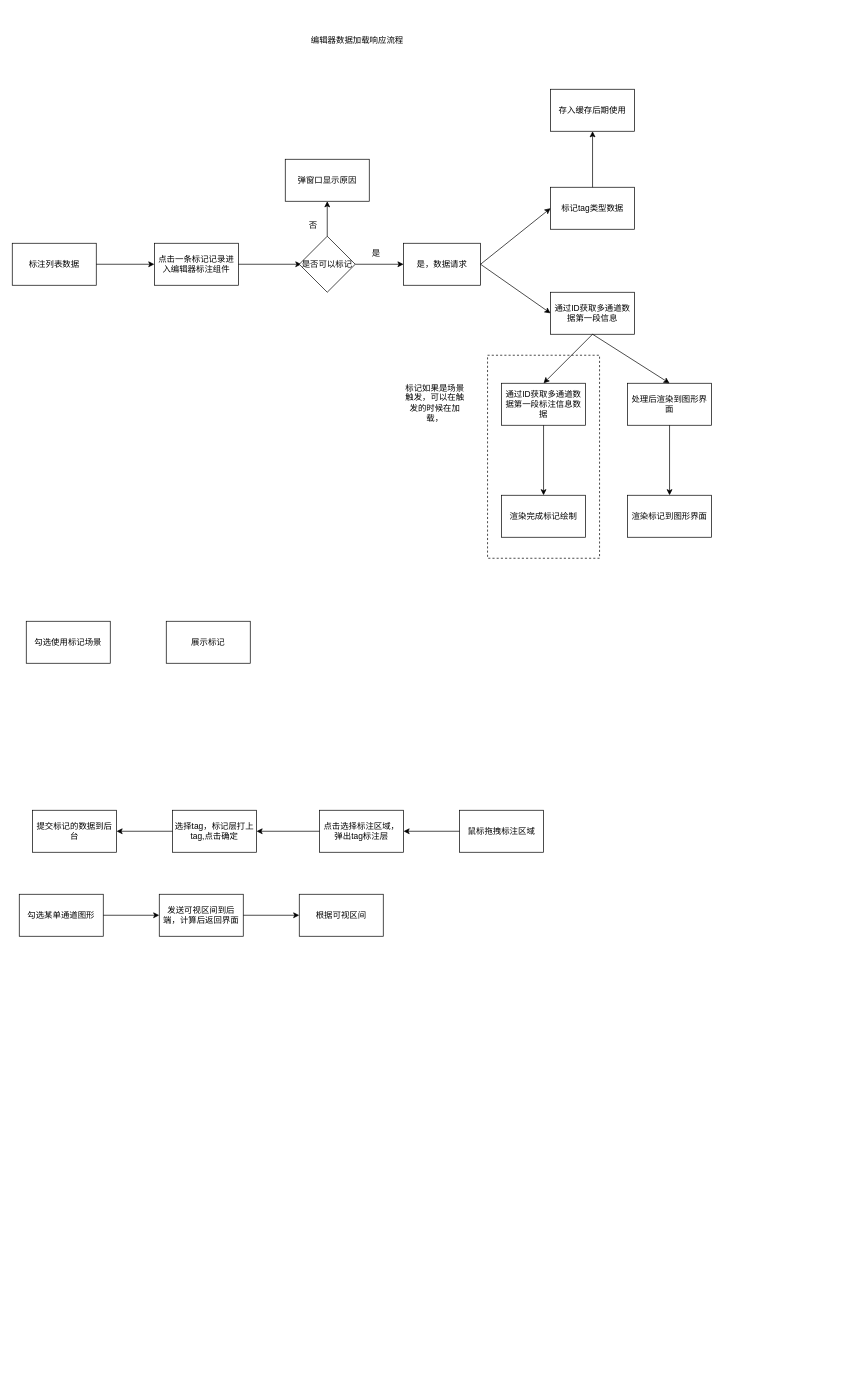
Above: 标注编辑器数据流转.drawio in chenweihan/UML (draw.io), before the change. Source tidied: cells renumbered, new cells numbered last; positions are measured from the earlier drawing's top-left corner, leaving out a move shared by most shapes. Both pictures are drawn from the tidied source at 70%, with x=0, y=0 at pixel (12, 33).
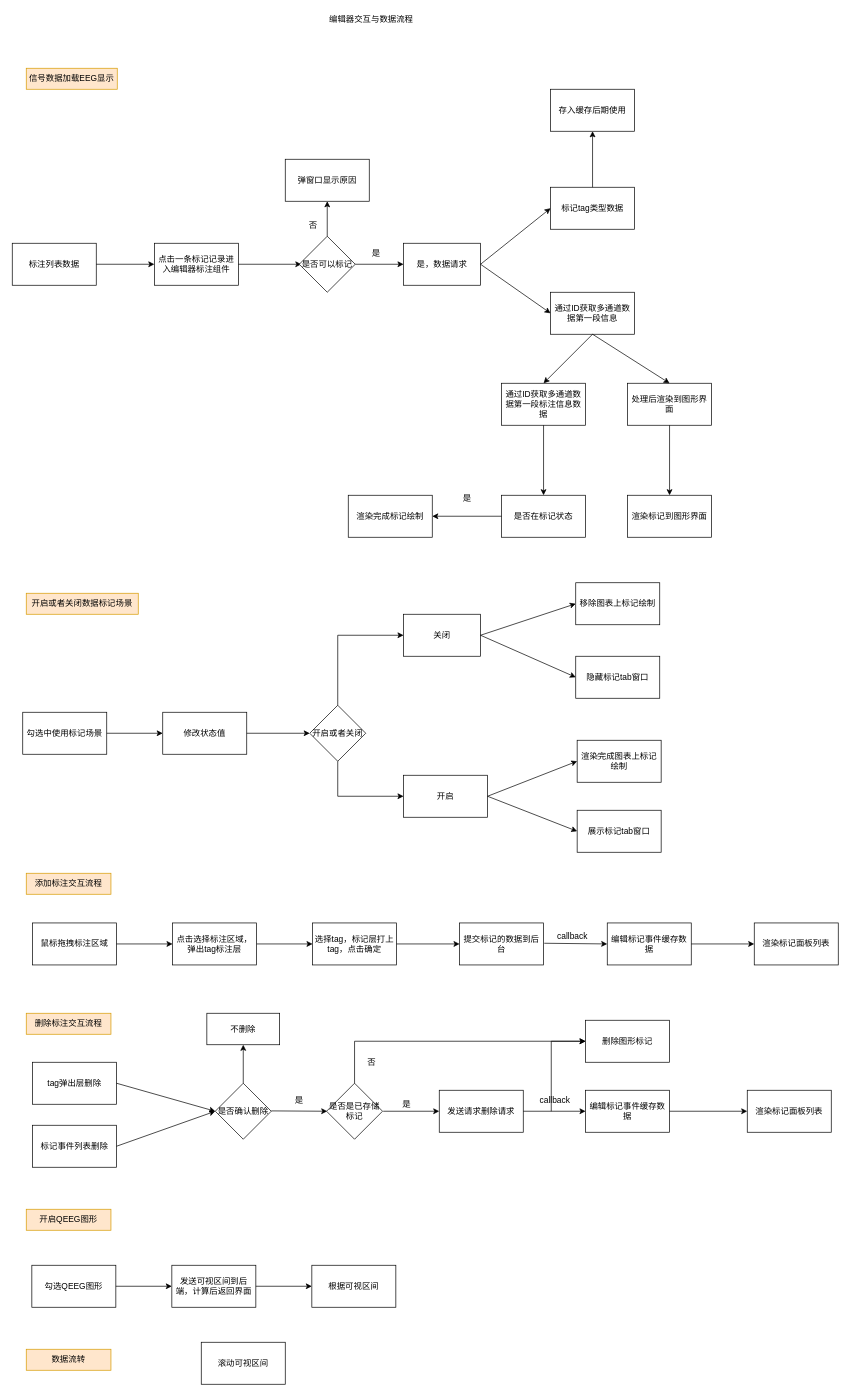
The same page after the edit.

Commit message (it also covers changes not shown here):
更新标注编辑器数据流转.drawio

Unchanged cells that the change refers to:
```xml
<mxCell id="18" value="通过ID获取多通道数据第一段标注信息数据" style="rounded=0;whiteSpace=wrap;html=1;" parent="1" vertex="1">
  <mxGeometry x="699" y="500" width="120" height="60" as="geometry" />
</mxCell>
```

Diff of the diagram source:
```diff
@@
-    <mxCell id="2" style="rounded=0;whiteSpace=wrap;html=1;dashed=1;" parent="1" vertex="1">
-      <mxGeometry x="679" y="460" width="160" height="290" as="geometry" />
-    </mxCell>
@@
-    <mxCell id="8" value="勾选某单通道图形" style="rounded=0;whiteSpace=wrap;html=1;" parent="1" vertex="1">
-      <mxGeometry x="10" y="1230" width="120" height="60" as="geometry" />
+    <mxCell id="8" value="勾选QEEG图形" style="rounded=0;whiteSpace=wrap;html=1;" parent="1" vertex="1">
+      <mxGeometry x="28" y="1760" width="120" height="60" as="geometry" />
     </mxCell>
     <mxCell id="9" style="endArrow=classic;html=1;rounded=0;exitX=1;exitY=0.5;exitDx=0;exitDy=0;" parent="1" edge="1" source="8">
       <mxGeometry relative="1" as="geometry">
-        <mxPoint x="210" y="1260" as="targetPoint" />
+        <mxPoint x="228" y="1790" as="targetPoint" />
       </mxGeometry>
     </mxCell>
     <mxCell id="10" value="发送可视区间到后端，计算后返回界面" style="rounded=0;whiteSpace=wrap;html=1;" parent="1" vertex="1">
-      <mxGeometry x="210" y="1230" width="120" height="60" as="geometry" />
+      <mxGeometry x="228" y="1760" width="120" height="60" as="geometry" />
     </mxCell>
     <mxCell id="11" style="endArrow=classic;html=1;rounded=0;exitX=1;exitY=0.5;exitDx=0;exitDy=0;" parent="1" edge="1" source="10">
       <mxGeometry relative="1" as="geometry">
-        <mxPoint x="410" y="1260" as="targetPoint" />
+        <mxPoint x="428" y="1790" as="targetPoint" />
       </mxGeometry>
     </mxCell>
     <mxCell id="12" value="根据可视区间" style="rounded=0;whiteSpace=wrap;html=1;" parent="1" vertex="1">
-      <mxGeometry x="410" y="1230" width="120" height="60" as="geometry" />
+      <mxGeometry x="428" y="1760" width="120" height="60" as="geometry" />
     </mxCell>
     <mxCell id="13" value="鼠标拖拽标注区域" style="rounded=0;whiteSpace=wrap;html=1;" parent="1" vertex="1">
-      <mxGeometry x="639" y="1110" width="120" height="60" as="geometry" />
+      <mxGeometry x="29" y="1271" width="120" height="60" as="geometry" />
     </mxCell>
-    <mxCell id="14" value="编辑器数据加载响应流程" style="text;html=1;strokeColor=none;fillColor=none;align=center;verticalAlign=middle;whiteSpace=wrap;rounded=0;" parent="1" vertex="1">
-      <mxGeometry x="420" width="146" height="20" as="geometry" />
+    <mxCell id="14" value="编辑器交互与数据流程" style="text;html=1;strokeColor=none;fillColor=none;align=center;verticalAlign=middle;whiteSpace=wrap;rounded=0;" parent="1" vertex="1">
+      <mxGeometry x="440" y="-30" width="146" height="20" as="geometry" />
     </mxCell>
+    <mxCell id="22" style="edgeStyle=orthogonalEdgeStyle;rounded=0;jettySize=auto;html=1;" parent="1" edge="1" source="15" target="21">
+      <mxGeometry relative="1" as="geometry" />
+    </mxCell>
     <mxCell id="15" value="点击选择标注区域，弹出tag标注层" style="rounded=0;whiteSpace=wrap;html=1;" parent="1" vertex="1">
-      <mxGeometry x="439" y="1110" width="120" height="60" as="geometry" />
+      <mxGeometry x="229" y="1271" width="120" height="60" as="geometry" />
     </mxCell>
-    <mxCell id="16" style="endArrow=classic;html=1;rounded=0;exitX=0;exitY=0.5;exitDx=0;exitDy=0;entryX=1;entryY=0.5;entryDx=0;entryDy=0;" parent="1" edge="1" source="13" target="15">
-      <mxGeometry relative="1" as="geometry" />
-    </mxCell>
@@
-    <mxCell id="21" value="选择tag，标记层打上tag,点击确定" style="rounded=0;whiteSpace=wrap;html=1;" parent="1" vertex="1">
-      <mxGeometry x="229" y="1110" width="120" height="60" as="geometry" />
+    <mxCell id="21" value="选择tag，标记层打上tag，点击确定" style="rounded=0;whiteSpace=wrap;html=1;" parent="1" vertex="1">
+      <mxGeometry x="429" y="1271" width="120" height="60" as="geometry" />
     </mxCell>
-    <mxCell id="22" style="endArrow=classic;html=1;rounded=0;exitX=0;exitY=0.5;exitDx=0;exitDy=0;entryX=1;entryY=0.5;entryDx=0;entryDy=0;" parent="1" edge="1" source="15" target="21">
-      <mxGeometry relative="1" as="geometry" />
-    </mxCell>
     <mxCell id="23" value="提交标记的数据到后台" style="rounded=0;whiteSpace=wrap;html=1;" parent="1" vertex="1">
-      <mxGeometry x="29" y="1110" width="120" height="60" as="geometry" />
+      <mxGeometry x="639" y="1271" width="120" height="60" as="geometry" />
     </mxCell>
-    <mxCell id="24" style="endArrow=classic;html=1;rounded=0;exitX=0;exitY=0.5;exitDx=0;exitDy=0;entryX=1;entryY=0.5;entryDx=0;entryDy=0;" parent="1" edge="1" source="21" target="23">
-      <mxGeometry relative="1" as="geometry" />
-    </mxCell>
@@
     <mxCell id="26" value="渲染完成标记绘制" style="rounded=0;whiteSpace=wrap;html=1;" parent="1" vertex="1">
-      <mxGeometry x="699" y="660" width="120" height="60" as="geometry" />
+      <mxGeometry x="480" y="660" width="120" height="60" as="geometry" />
     </mxCell>
@@
-    <mxCell id="34" style="endArrow=classic;html=1;rounded=0;exitX=0.5;exitY=1;exitDx=0;exitDy=0;entryX=0.5;entryY=0;entryDx=0;entryDy=0;" parent="1" edge="1" source="18" target="26">
-      <mxGeometry relative="1" as="geometry" />
-    </mxCell>
-    <mxCell id="35" value="标记如果是场景触发，可以在触发的时候在加载，" style="text;html=1;strokeColor=none;fillColor=none;align=center;verticalAlign=middle;whiteSpace=wrap;rounded=0;dashed=1;" parent="1" vertex="1">
-      <mxGeometry x="559" y="495" width="90" height="65" as="geometry" />
-    </mxCell>
-    <mxCell id="36" value="勾选使用标记场景" style="rounded=0;whiteSpace=wrap;html=1;" parent="1" vertex="1">
-      <mxGeometry x="20" y="840" width="120" height="60" as="geometry" />
+    <mxCell id="36" value="勾选中使用标记场景" style="rounded=0;whiteSpace=wrap;html=1;" parent="1" vertex="1">
+      <mxGeometry x="15" y="970" width="120" height="60" as="geometry" />
     </mxCell>
-    <mxCell id="37" value="展示标记" style="rounded=0;whiteSpace=wrap;html=1;" parent="1" vertex="1">
-      <mxGeometry x="220" y="840" width="120" height="60" as="geometry" />
+    <mxCell id="37" value="展示标记tab窗口" style="rounded=0;whiteSpace=wrap;html=1;" parent="1" vertex="1">
+      <mxGeometry x="807" y="1110" width="120" height="60" as="geometry" />
     </mxCell>
@@
+    <mxCell id="44" value="修改状态值" style="rounded=0;whiteSpace=wrap;html=1;" parent="1" vertex="1">
+      <mxGeometry x="215" y="970" width="120" height="60" as="geometry" />
+    </mxCell>
+    <mxCell id="45" style="endArrow=classic;html=1;rounded=0;exitX=1;exitY=0.5;exitDx=0;exitDy=0;" parent="1" edge="1" source="36" target="44">
+      <mxGeometry relative="1" as="geometry" />
+    </mxCell>
+    <mxCell id="46" value="是否在标记状态" style="rounded=0;whiteSpace=wrap;html=1;" parent="1" vertex="1">
+      <mxGeometry x="699" y="660" width="120" height="60" as="geometry" />
+    </mxCell>
+    <mxCell id="47" style="endArrow=classic;html=1;rounded=0;exitX=0.5;exitY=1;exitDx=0;exitDy=0;" parent="1" edge="1" source="18" target="46">
+      <mxGeometry relative="1" as="geometry" />
+    </mxCell>
+    <mxCell id="48" style="endArrow=classic;html=1;rounded=0;exitX=0;exitY=0.5;exitDx=0;exitDy=0;" parent="1" edge="1" source="46">
+      <mxGeometry relative="1" as="geometry">
+        <mxPoint x="600" y="690" as="targetPoint" />
+      </mxGeometry>
+    </mxCell>
+    <mxCell id="49" value="是" style="text;html=1;strokeColor=none;fillColor=none;align=center;verticalAlign=middle;whiteSpace=wrap;rounded=0;" parent="1" vertex="1">
+      <mxGeometry x="620" y="650" width="60" height="30" as="geometry" />
+    </mxCell>
+    <mxCell id="50" value="渲染完成图表上标记绘制" style="rounded=0;whiteSpace=wrap;html=1;" parent="1" vertex="1">
+      <mxGeometry x="807" y="1010" width="120" height="60" as="geometry" />
+    </mxCell>
+    <mxCell id="51" value="信号数据加载EEG显示" style="text;html=1;strokeColor=#d79b00;fillColor=#ffe6cc;align=center;verticalAlign=middle;whiteSpace=wrap;rounded=0;" parent="1" vertex="1">
+      <mxGeometry x="20" y="50" width="130" height="30" as="geometry" />
+    </mxCell>
+    <mxCell id="52" value="开启或者关闭数据标记场景" style="text;html=1;strokeColor=#d79b00;fillColor=#ffe6cc;align=center;verticalAlign=middle;whiteSpace=wrap;rounded=0;" parent="1" vertex="1">
+      <mxGeometry x="20" y="800" width="160" height="30" as="geometry" />
+    </mxCell>
+    <mxCell id="53" value="添加标注交互流程" style="text;html=1;strokeColor=#d79b00;fillColor=#ffe6cc;align=center;verticalAlign=middle;whiteSpace=wrap;rounded=0;" parent="1" vertex="1">
+      <mxGeometry x="20" y="1200" width="121" height="30" as="geometry" />
+    </mxCell>
+    <mxCell id="16" style="endArrow=classic;html=1;rounded=0;exitX=1;exitY=0.5;exitDx=0;exitDy=0;entryX=0;entryY=0.5;entryDx=0;entryDy=0;" parent="1" edge="1" source="13" target="15">
+      <mxGeometry relative="1" as="geometry" />
+    </mxCell>
+    <mxCell id="24" style="endArrow=classic;html=1;rounded=0;exitX=1;exitY=0.5;exitDx=0;exitDy=0;entryX=0;entryY=0.5;entryDx=0;entryDy=0;" parent="1" edge="1" source="21" target="23">
+      <mxGeometry relative="1" as="geometry" />
+    </mxCell>
+    <mxCell id="54" value="开启或者关闭" style="rhombus;whiteSpace=wrap;html=1;" parent="1" vertex="1">
+      <mxGeometry x="425" y="960" width="80" height="80" as="geometry" />
+    </mxCell>
+    <mxCell id="55" style="endArrow=classic;html=1;rounded=0;exitX=1;exitY=0.5;exitDx=0;exitDy=0;entryX=0;entryY=0.5;entryDx=0;entryDy=0;" parent="1" edge="1" source="44" target="54">
+      <mxGeometry relative="1" as="geometry" />
+    </mxCell>
+    <mxCell id="56" style="endArrow=classic;html=1;rounded=0;exitX=0.5;exitY=1;exitDx=0;exitDy=0;entryX=0;entryY=0.5;entryDx=0;entryDy=0;" parent="1" edge="1" source="54" target="57">
+      <mxGeometry relative="1" as="geometry">
+        <Array as="points">
+          <mxPoint x="465" y="1090" />
+        </Array>
+      </mxGeometry>
+    </mxCell>
+    <mxCell id="57" value="开启" style="rounded=0;whiteSpace=wrap;html=1;" parent="1" vertex="1">
+      <mxGeometry x="559" y="1060" width="120" height="60" as="geometry" />
+    </mxCell>
+    <mxCell id="58" style="endArrow=classic;html=1;rounded=0;exitX=1;exitY=0.5;exitDx=0;exitDy=0;entryX=0;entryY=0.5;entryDx=0;entryDy=0;" parent="1" edge="1" source="57" target="50">
+      <mxGeometry relative="1" as="geometry" />
+    </mxCell>
+    <mxCell id="59" style="endArrow=classic;html=1;rounded=0;exitX=1;exitY=0.5;exitDx=0;exitDy=0;entryX=0;entryY=0.5;entryDx=0;entryDy=0;" parent="1" edge="1" source="57" target="37">
+      <mxGeometry relative="1" as="geometry" />
+    </mxCell>
+    <mxCell id="60" style="endArrow=classic;html=1;rounded=0;exitX=0.5;exitY=0;exitDx=0;exitDy=0;entryX=0;entryY=0.5;entryDx=0;entryDy=0;" parent="1" edge="1" source="54" target="61">
+      <mxGeometry relative="1" as="geometry">
+        <Array as="points">
+          <mxPoint x="465" y="860" />
+        </Array>
+      </mxGeometry>
+    </mxCell>
+    <mxCell id="61" value="关闭" style="rounded=0;whiteSpace=wrap;html=1;" parent="1" vertex="1">
+      <mxGeometry x="559" y="830" width="110" height="60" as="geometry" />
+    </mxCell>
+    <mxCell id="62" value="隐藏标记tab窗口" style="rounded=0;whiteSpace=wrap;html=1;" parent="1" vertex="1">
+      <mxGeometry x="805" y="890" width="120" height="60" as="geometry" />
+    </mxCell>
+    <mxCell id="63" value="移除图表上标记绘制" style="rounded=0;whiteSpace=wrap;html=1;" parent="1" vertex="1">
+      <mxGeometry x="805" y="785" width="120" height="60" as="geometry" />
+    </mxCell>
+    <mxCell id="64" style="endArrow=classic;html=1;rounded=0;exitX=1;exitY=0.5;exitDx=0;exitDy=0;entryX=0;entryY=0.5;entryDx=0;entryDy=0;" parent="1" edge="1" source="61" target="63">
+      <mxGeometry relative="1" as="geometry" />
+    </mxCell>
+    <mxCell id="65" style="endArrow=classic;html=1;rounded=0;exitX=1;exitY=0.5;exitDx=0;exitDy=0;entryX=0;entryY=0.5;entryDx=0;entryDy=0;" parent="1" edge="1" source="61" target="62">
+      <mxGeometry relative="1" as="geometry" />
+    </mxCell>
+    <mxCell id="66" value="编辑标记事件缓存数据" style="rounded=0;whiteSpace=wrap;html=1;" parent="1" vertex="1">
+      <mxGeometry x="850" y="1271" width="120" height="60" as="geometry" />
+    </mxCell>
+    <mxCell id="67" style="endArrow=classic;html=1;rounded=0;entryX=0;entryY=0.5;entryDx=0;entryDy=0;" parent="1" edge="1" target="66">
+      <mxGeometry relative="1" as="geometry">
+        <mxPoint x="760" y="1300" as="sourcePoint" />
+      </mxGeometry>
+    </mxCell>
+    <mxCell id="68" value="callback" style="text;html=1;align=center;verticalAlign=middle;strokeColor=none;fillColor=none;" parent="1" vertex="1">
+      <mxGeometry x="770" y="1280" width="60" height="20" as="geometry" />
+    </mxCell>
+    <mxCell id="69" value="渲染标记面板列表" style="rounded=0;whiteSpace=wrap;html=1;" parent="1" vertex="1">
+      <mxGeometry x="1060" y="1271" width="120" height="60" as="geometry" />
+    </mxCell>
+    <mxCell id="70" style="endArrow=classic;html=1;rounded=0;exitX=1;exitY=0.5;exitDx=0;exitDy=0;entryX=0;entryY=0.5;entryDx=0;entryDy=0;" parent="1" edge="1" source="66" target="69">
+      <mxGeometry relative="1" as="geometry" />
+    </mxCell>
+    <mxCell id="71" value="删除标注交互流程" style="text;html=1;strokeColor=#d79b00;fillColor=#ffe6cc;align=center;verticalAlign=middle;whiteSpace=wrap;rounded=0;" parent="1" vertex="1">
+      <mxGeometry x="20" y="1400" width="121" height="30" as="geometry" />
+    </mxCell>
+    <mxCell id="72" value="tag弹出层删除" style="rounded=0;whiteSpace=wrap;html=1;" parent="1" vertex="1">
+      <mxGeometry x="29" y="1470" width="120" height="60" as="geometry" />
+    </mxCell>
+    <mxCell id="73" value="标记事件列表删除" style="rounded=0;whiteSpace=wrap;html=1;" parent="1" vertex="1">
+      <mxGeometry x="29" y="1560" width="120" height="60" as="geometry" />
+    </mxCell>
+    <mxCell id="74" style="endArrow=classic;html=1;rounded=0;exitX=1;exitY=0.5;exitDx=0;exitDy=0;" parent="1" edge="1" source="72">
+      <mxGeometry relative="1" as="geometry">
+        <mxPoint x="290" y="1540" as="targetPoint" />
+      </mxGeometry>
+    </mxCell>
+    <mxCell id="75" style="endArrow=classic;html=1;rounded=0;exitX=1;exitY=0.5;exitDx=0;exitDy=0;" parent="1" edge="1" source="73">
+      <mxGeometry relative="1" as="geometry">
+        <mxPoint x="290" y="1540" as="targetPoint" />
+      </mxGeometry>
+    </mxCell>
+    <mxCell id="76" style="endArrow=classic;html=1;rounded=0;exitX=1;exitY=0.5;exitDx=0;exitDy=0;" parent="1" edge="1">
+      <mxGeometry relative="1" as="geometry">
+        <mxPoint x="370" y="1539.5" as="sourcePoint" />
+        <mxPoint x="450" y="1540" as="targetPoint" />
+      </mxGeometry>
+    </mxCell>
+    <mxCell id="77" value="是否确认删除" style="rhombus;whiteSpace=wrap;html=1;" parent="1" vertex="1">
+      <mxGeometry x="290" y="1500" width="80" height="80" as="geometry" />
+    </mxCell>
+    <mxCell id="78" value="是" style="text;html=1;strokeColor=none;fillColor=none;align=center;verticalAlign=middle;whiteSpace=wrap;rounded=0;" parent="1" vertex="1">
+      <mxGeometry x="380" y="1510" width="60" height="30" as="geometry" />
+    </mxCell>
+    <mxCell id="79" value="是否是已存储标记" style="rhombus;whiteSpace=wrap;html=1;" parent="1" vertex="1">
+      <mxGeometry x="449" y="1500" width="80" height="80" as="geometry" />
+    </mxCell>
+    <mxCell id="80" style="endArrow=classic;html=1;rounded=0;exitX=0.5;exitY=0;exitDx=0;exitDy=0;entryX=0.5;entryY=1;entryDx=0;entryDy=0;" parent="1" edge="1" source="77" target="81">
+      <mxGeometry relative="1" as="geometry" />
+    </mxCell>
+    <mxCell id="81" value="不删除" style="rounded=0;whiteSpace=wrap;html=1;" parent="1" vertex="1">
+      <mxGeometry x="278" y="1400" width="104" height="45" as="geometry" />
+    </mxCell>
+    <mxCell id="82" style="endArrow=classic;html=1;rounded=0;" parent="1" edge="1">
+      <mxGeometry relative="1" as="geometry">
+        <mxPoint x="530" y="1540" as="sourcePoint" />
+        <mxPoint x="610" y="1540" as="targetPoint" />
+      </mxGeometry>
+    </mxCell>
+    <mxCell id="83" value="是" style="text;html=1;align=center;verticalAlign=middle;strokeColor=none;fillColor=none;" parent="1" vertex="1">
+      <mxGeometry x="548" y="1520" width="30" height="20" as="geometry" />
+    </mxCell>
+    <mxCell id="84" value="发送请求删除请求" style="rounded=0;whiteSpace=wrap;html=1;" parent="1" vertex="1">
+      <mxGeometry x="610" y="1510" width="120" height="60" as="geometry" />
+    </mxCell>
+    <mxCell id="85" value="&lt;span&gt;编辑标记事件缓存数据&lt;/span&gt;" style="rounded=0;whiteSpace=wrap;html=1;" parent="1" vertex="1">
+      <mxGeometry x="819" y="1510" width="120" height="60" as="geometry" />
+    </mxCell>
+    <mxCell id="86" style="endArrow=classic;html=1;rounded=0;exitX=1;exitY=0.5;exitDx=0;exitDy=0;entryX=0;entryY=0.5;entryDx=0;entryDy=0;" parent="1" edge="1" source="84" target="85">
+      <mxGeometry relative="1" as="geometry" />
+    </mxCell>
+    <mxCell id="87" value="callback" style="text;html=1;align=center;verticalAlign=middle;strokeColor=none;fillColor=none;" parent="1" vertex="1">
+      <mxGeometry x="745" y="1515" width="60" height="20" as="geometry" />
+    </mxCell>
+    <mxCell id="88" value="&lt;span&gt;渲染标记面板列表&lt;/span&gt;" style="rounded=0;whiteSpace=wrap;html=1;" parent="1" vertex="1">
+      <mxGeometry x="1050" y="1510" width="120" height="60" as="geometry" />
+    </mxCell>
+    <mxCell id="89" style="endArrow=classic;html=1;rounded=0;exitX=1;exitY=0.5;exitDx=0;exitDy=0;entryX=0;entryY=0.5;entryDx=0;entryDy=0;" parent="1" edge="1" source="85" target="88">
+      <mxGeometry relative="1" as="geometry" />
+    </mxCell>
+    <mxCell id="90" style="endArrow=classic;html=1;rounded=0;exitX=0.5;exitY=0;exitDx=0;exitDy=0;entryX=0;entryY=0.5;entryDx=0;entryDy=0;" parent="1" edge="1" source="79" target="91">
+      <mxGeometry relative="1" as="geometry">
+        <Array as="points">
+          <mxPoint x="489" y="1440" />
+        </Array>
+      </mxGeometry>
+    </mxCell>
+    <mxCell id="91" value="删除图形标记" style="rounded=0;whiteSpace=wrap;html=1;" parent="1" vertex="1">
+      <mxGeometry x="819" y="1410" width="120" height="60" as="geometry" />
+    </mxCell>
+    <mxCell id="92" style="endArrow=classic;html=1;rounded=0;entryX=0;entryY=0.5;entryDx=0;entryDy=0;" parent="1" edge="1" target="91">
+      <mxGeometry relative="1" as="geometry">
+        <mxPoint x="770" y="1540" as="sourcePoint" />
+        <Array as="points">
+          <mxPoint x="770" y="1440" />
+        </Array>
+      </mxGeometry>
+    </mxCell>
+    <mxCell id="93" value="否" style="text;html=1;align=center;verticalAlign=middle;strokeColor=none;fillColor=none;" parent="1" vertex="1">
+      <mxGeometry x="498" y="1460" width="30" height="20" as="geometry" />
+    </mxCell>
+    <mxCell id="94" value="开启QEEG图形" style="text;html=1;strokeColor=#d79b00;fillColor=#ffe6cc;align=center;verticalAlign=middle;whiteSpace=wrap;rounded=0;" parent="1" vertex="1">
+      <mxGeometry x="20" y="1680" width="121" height="30" as="geometry" />
+    </mxCell>
+    <mxCell id="95" value="数据流转" style="text;html=1;strokeColor=#d79b00;fillColor=#ffe6cc;align=center;verticalAlign=middle;whiteSpace=wrap;rounded=0;" parent="1" vertex="1">
+      <mxGeometry x="20" y="1880" width="121" height="30" as="geometry" />
+    </mxCell>
+    <mxCell id="96" value="滚动可视区间" style="rounded=0;whiteSpace=wrap;html=1;" parent="1" vertex="1">
+      <mxGeometry x="270" y="1870" width="120" height="60" as="geometry" />
+    </mxCell>
```
